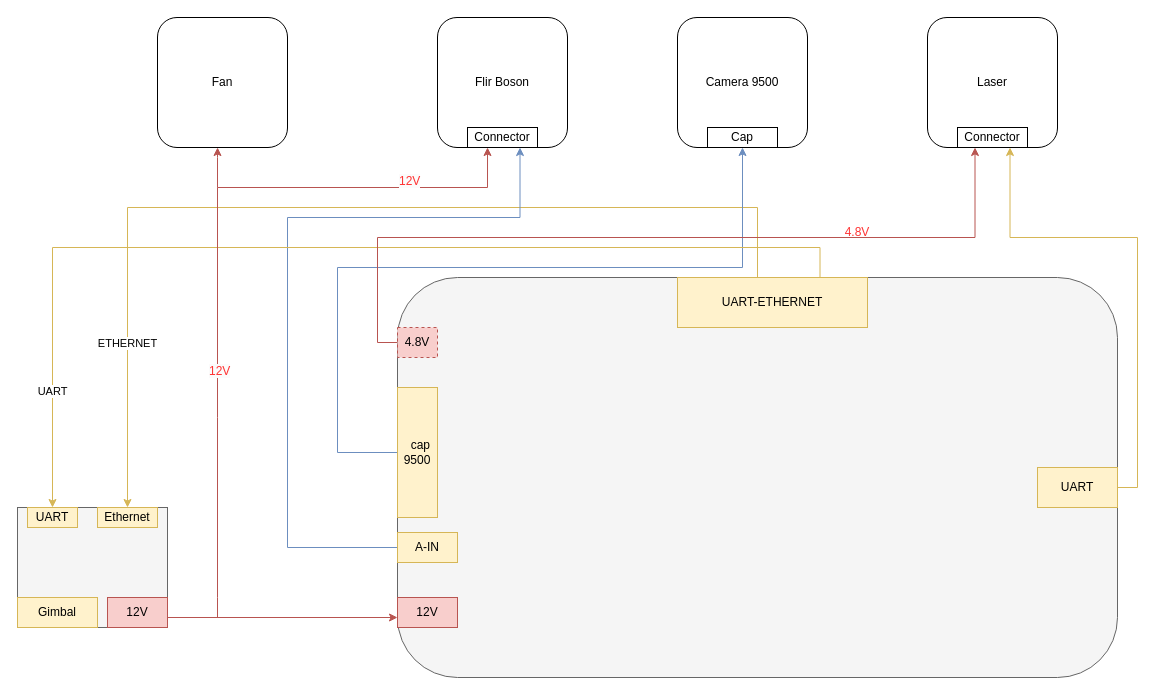
quang-coder/quang keeps this draw.io diagram as Biểu đồ không có tiêu đề.drawio. Above is the earlier version. Source tidied: cells renumbered, new cells numbered last; positions are measured from the earlier drawing's top-left corner, leaving out a move shared by most shapes. Both pictures are drawn from the tidied source at 100%, with x=0, y=0 at pixel (17, 17).
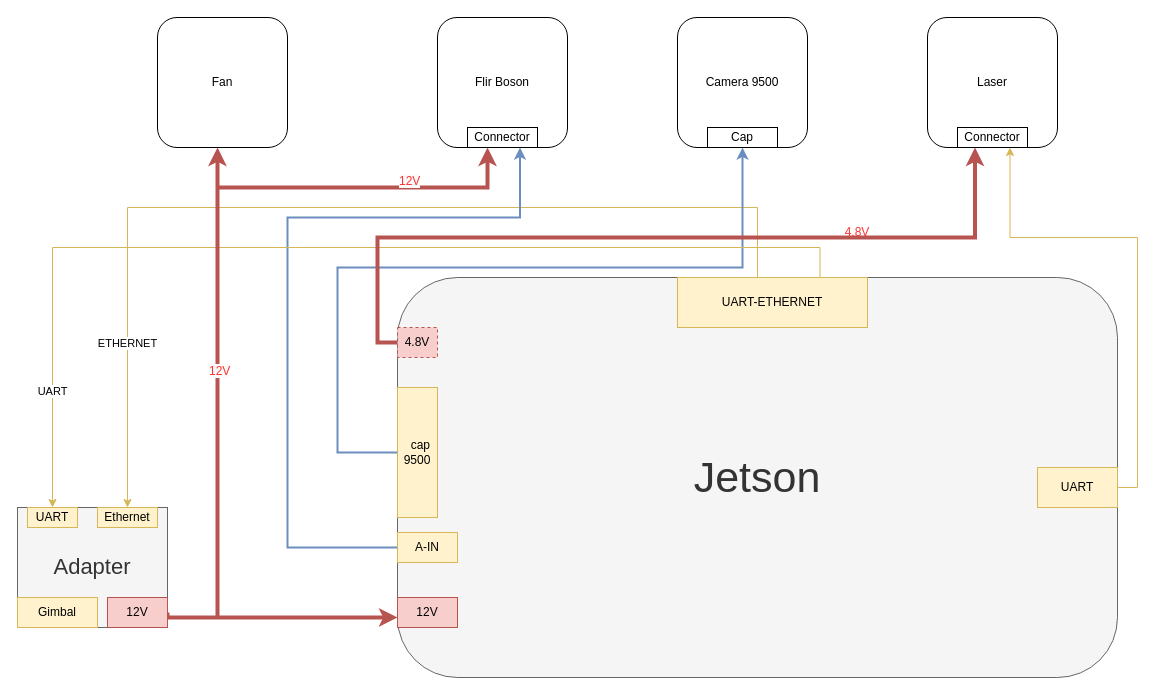
After the change.

The change refers to these unchanged cells:
```xml
<mxCell id="7" value="12V" style="rounded=0;whiteSpace=wrap;html=1;fillColor=#f8cecc;strokeColor=#b85450;" parent="1" vertex="1">
  <mxGeometry x="90" y="580" width="60" height="30" as="geometry" />
</mxCell>
<mxCell id="8" value="12V" style="rounded=0;whiteSpace=wrap;html=1;fillColor=#f8cecc;strokeColor=#b85450;" parent="1" vertex="1">
  <mxGeometry x="380" y="580" width="60" height="30" as="geometry" />
</mxCell>
<mxCell id="10" value="A-IN" style="rounded=0;whiteSpace=wrap;html=1;fillColor=#fff2cc;strokeColor=#d6b656;" parent="1" vertex="1">
  <mxGeometry x="380" y="515" width="60" height="30" as="geometry" />
</mxCell>
<mxCell id="12" value="&amp;nbsp; cap 9500" style="rounded=0;whiteSpace=wrap;html=1;fillColor=#fff2cc;strokeColor=#d6b656;" parent="1" vertex="1">
  <mxGeometry x="380" y="370" width="40" height="130" as="geometry" />
</mxCell>
<mxCell id="19" value="4.8V" style="rounded=0;whiteSpace=wrap;html=1;dashed=1;fillColor=#f8cecc;strokeColor=#b85450;" parent="1" vertex="1">
  <mxGeometry x="380" y="310" width="40" height="30" as="geometry" />
</mxCell>
<mxCell id="23" value="Connector" style="rounded=0;whiteSpace=wrap;html=1;" parent="1" vertex="1">
  <mxGeometry x="450" y="110" width="70" height="20" as="geometry" />
</mxCell>
<mxCell id="24" value="Cap" style="rounded=0;whiteSpace=wrap;html=1;" parent="1" vertex="1">
  <mxGeometry x="690" y="110" width="70" height="20" as="geometry" />
</mxCell>
<mxCell id="25" value="Connector" style="rounded=0;whiteSpace=wrap;html=1;" parent="1" vertex="1">
  <mxGeometry x="940" y="110" width="70" height="20" as="geometry" />
</mxCell>
<mxCell id="29" value="Fan" style="rounded=1;whiteSpace=wrap;html=1;" parent="1" vertex="1">
  <mxGeometry x="140" width="130" height="130" as="geometry" />
</mxCell>
```

Change to the diagram source:
```diff
@@
-    <mxCell id="4" style="rounded=1;whiteSpace=wrap;html=1;fillColor=#f5f5f5;fontColor=#333333;strokeColor=#666666;" parent="1" vertex="1">
+    <mxCell id="4" value="&lt;font style=&quot;font-size: 43px;&quot;&gt;Jetson&lt;/font&gt;" style="rounded=1;whiteSpace=wrap;html=1;fillColor=#f5f5f5;fontColor=#333333;strokeColor=#666666;" parent="1" vertex="1">
       <mxGeometry x="380" y="260" width="720" height="400" as="geometry" />
     </mxCell>
-    <mxCell id="5" style="rounded=0;whiteSpace=wrap;html=1;fillColor=#f5f5f5;fontColor=#333333;strokeColor=#666666;" parent="1" vertex="1">
+    <mxCell id="5" value="&lt;font style=&quot;font-size: 22px;&quot;&gt;Adapter&lt;/font&gt;" style="rounded=0;whiteSpace=wrap;html=1;fillColor=#f5f5f5;fontColor=#333333;strokeColor=#666666;" parent="1" vertex="1">
       <mxGeometry y="490" width="150" height="120" as="geometry" />
     </mxCell>
-    <mxCell id="6" style="edgeStyle=orthogonalEdgeStyle;rounded=0;jettySize=auto;html=1;exitX=1;exitY=0.5;exitDx=0;exitDy=0;entryX=0;entryY=0.667;entryDx=0;entryDy=0;fillColor=#f8cecc;strokeColor=#b85450;entryPerimeter=0;" parent="1" edge="1" source="7" target="8">
+    <mxCell id="6" style="edgeStyle=orthogonalEdgeStyle;rounded=0;jettySize=auto;html=1;exitX=1;exitY=0.5;exitDx=0;exitDy=0;entryX=0;entryY=0.667;entryDx=0;entryDy=0;fillColor=#f8cecc;strokeColor=#b85450;entryPerimeter=0;strokeWidth=4;" parent="1" edge="1" source="7" target="8">
       <mxGeometry relative="1" as="geometry">
         <Array as="points">
           <mxPoint x="150" y="600" />
         </Array>
       </mxGeometry>
     </mxCell>
@@
-    <mxCell id="9" style="edgeStyle=orthogonalEdgeStyle;rounded=0;jettySize=auto;html=1;exitX=0;exitY=0.5;exitDx=0;exitDy=0;entryX=0.75;entryY=1;entryDx=0;entryDy=0;fillColor=#dae8fc;strokeColor=#6c8ebf;" parent="1" edge="1" source="10" target="23">
+    <mxCell id="9" style="edgeStyle=orthogonalEdgeStyle;rounded=0;jettySize=auto;html=1;exitX=0;exitY=0.5;exitDx=0;exitDy=0;entryX=0.75;entryY=1;entryDx=0;entryDy=0;fillColor=#dae8fc;strokeColor=#6c8ebf;strokeWidth=2;" parent="1" edge="1" source="10" target="23">
       <mxGeometry relative="1" as="geometry">
         <Array as="points">
           <mxPoint x="270" y="530" />
           <mxPoint x="270" y="200" />
           <mxPoint x="503" y="200" />
         </Array>
       </mxGeometry>
     </mxCell>
@@
-    <mxCell id="11" style="edgeStyle=orthogonalEdgeStyle;rounded=0;jettySize=auto;html=1;exitX=0;exitY=0.5;exitDx=0;exitDy=0;entryX=0.5;entryY=1;entryDx=0;entryDy=0;fillColor=#dae8fc;strokeColor=#6c8ebf;" parent="1" edge="1" source="12" target="24">
+    <mxCell id="11" style="edgeStyle=orthogonalEdgeStyle;rounded=0;jettySize=auto;html=1;exitX=0;exitY=0.5;exitDx=0;exitDy=0;entryX=0.5;entryY=1;entryDx=0;entryDy=0;fillColor=#dae8fc;strokeColor=#6c8ebf;strokeWidth=2;" parent="1" edge="1" source="12" target="24">
       <mxGeometry relative="1" as="geometry">
         <Array as="points">
           <mxPoint x="320" y="435" />
           <mxPoint x="320" y="250" />
           <mxPoint x="725" y="250" />
         </Array>
       </mxGeometry>
     </mxCell>
@@
-    <mxCell id="18" style="edgeStyle=orthogonalEdgeStyle;rounded=0;jettySize=auto;html=1;exitX=0;exitY=0.5;exitDx=0;exitDy=0;entryX=0.25;entryY=1;entryDx=0;entryDy=0;fillColor=#f8cecc;strokeColor=#b85450;" parent="1" edge="1" source="19" target="25">
+    <mxCell id="18" style="edgeStyle=orthogonalEdgeStyle;rounded=0;jettySize=auto;html=1;exitX=0;exitY=0.5;exitDx=0;exitDy=0;entryX=0.25;entryY=1;entryDx=0;entryDy=0;fillColor=#f8cecc;strokeColor=#b85450;strokeWidth=4;" parent="1" edge="1" source="19" target="25">
       <mxGeometry relative="1" as="geometry" />
     </mxCell>
@@
-    <mxCell id="30" style="endArrow=classic;html=1;rounded=0;fillColor=#f8cecc;strokeColor=#b85450;entryX=0.462;entryY=1;entryDx=0;entryDy=0;entryPerimeter=0;" parent="1" edge="1" target="29">
+    <mxCell id="30" style="endArrow=classic;html=1;rounded=0;fillColor=#f8cecc;strokeColor=#b85450;entryX=0.462;entryY=1;entryDx=0;entryDy=0;entryPerimeter=0;strokeWidth=4;" parent="1" edge="1" target="29">
       <mxGeometry relative="1" as="geometry">
         <mxPoint x="200" y="600" as="sourcePoint" />
         <Array as="points">
           <mxPoint x="200" y="580" />
           <mxPoint x="200" y="400" />
           <mxPoint x="200" y="170" />
           <mxPoint x="200" y="140" />
         </Array>
       </mxGeometry>
     </mxCell>
-    <mxCell id="31" style="endArrow=classic;html=1;rounded=0;fillColor=#f8cecc;strokeColor=#b85450;entryX=0.286;entryY=1;entryDx=0;entryDy=0;entryPerimeter=0;" parent="1" edge="1" target="23">
+    <mxCell id="31" style="endArrow=classic;html=1;rounded=0;fillColor=#f8cecc;strokeColor=#b85450;entryX=0.286;entryY=1;entryDx=0;entryDy=0;entryPerimeter=0;strokeWidth=4;" parent="1" edge="1" target="23">
       <mxGeometry relative="1" as="geometry">
         <mxPoint x="200" y="170" as="sourcePoint" />
         <Array as="points">
           <mxPoint x="470" y="170" />
         </Array>
       </mxGeometry>
     </mxCell>
```
